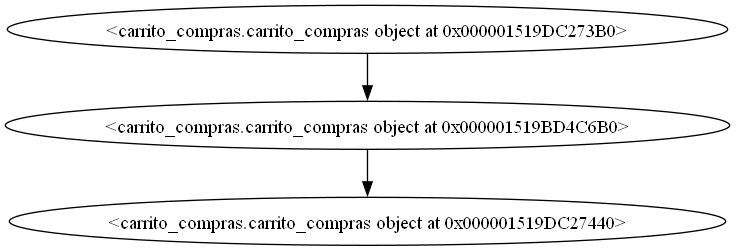
The Graphviz diagram pila.png in 202300512DanielH/IPC2_ProyectoVJ2024_21, before a commit. Its source is kept beside it as pila.dot. Source of this version:
```dot
digraph G {
nodo0 [label="<carrito_compras.carrito_compras object at 0x000001519DC273B0>"];
nodo0 -> nodo1;
nodo1 [label="<carrito_compras.carrito_compras object at 0x000001519BD4C6B0>"];
nodo1 -> nodo2;
nodo2 [label="<carrito_compras.carrito_compras object at 0x000001519DC27440>"];
}
```
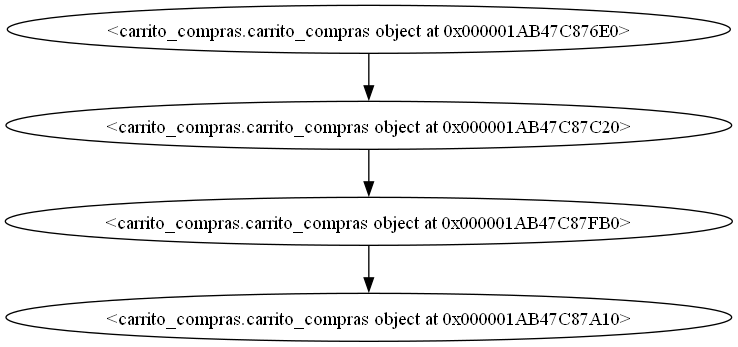
After the change.

Change to the diagram source:
```diff
@@ -1,7 +1,9 @@
 digraph G {
-nodo0 [label="<carrito_compras.carrito_compras object at 0x000001519DC273B0>"];
+nodo0 [label="<carrito_compras.carrito_compras object at 0x000001AB47C876E0>"];
 nodo0 -> nodo1;
-nodo1 [label="<carrito_compras.carrito_compras object at 0x000001519BD4C6B0>"];
+nodo1 [label="<carrito_compras.carrito_compras object at 0x000001AB47C87C20>"];
 nodo1 -> nodo2;
-nodo2 [label="<carrito_compras.carrito_compras object at 0x000001519DC27440>"];
+nodo2 [label="<carrito_compras.carrito_compras object at 0x000001AB47C87FB0>"];
+nodo2 -> nodo3;
+nodo3 [label="<carrito_compras.carrito_compras object at 0x000001AB47C87A10>"];
 }
```
